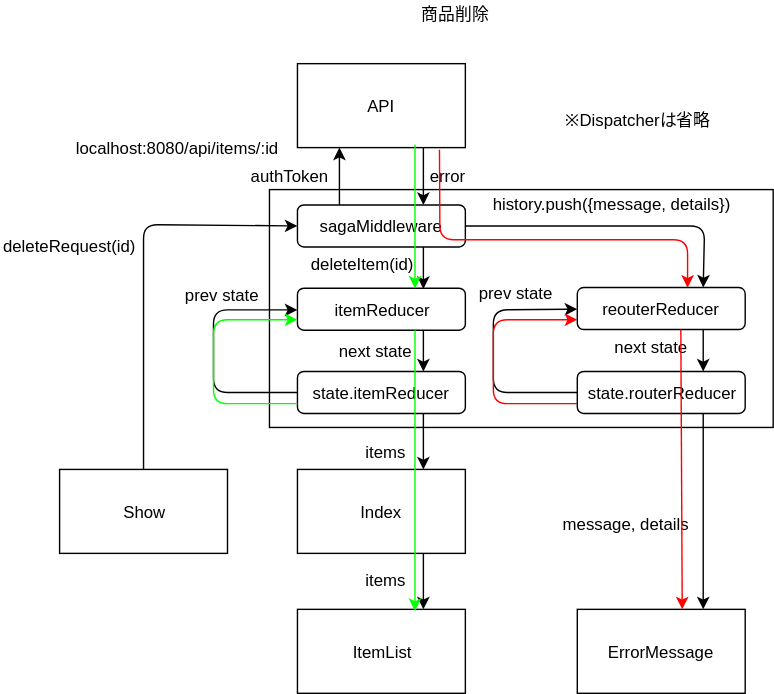
This is diagram/dataFlow/delete.svg from emgniddikur/react-app, a draw.io export, as it was before one commit. Source tidied: cells renumbered, new cells last; positions are measured from the earlier drawing's top-left corner, leaving out a move shared by most shapes.
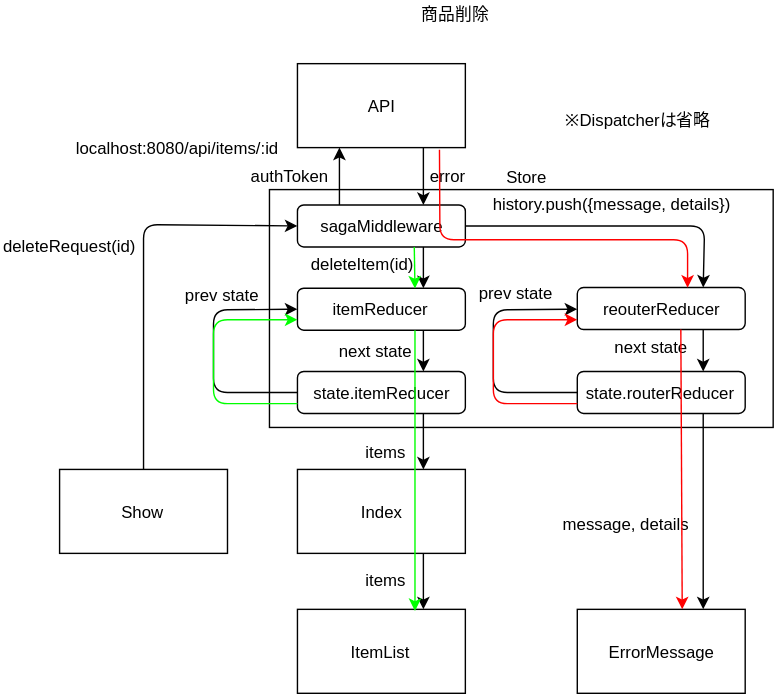
After the commit.

Commit message:
[Fix] Store、deleteのレスポンス

Change to the diagram source:
```diff
@@ -162,9 +162,8 @@
         <mxPoint x="487" y="435" as="targetPoint" />
       </mxGeometry>
     </mxCell>
-    <mxCell id="43" style="endArrow=classic;html=1;strokeColor=#00FF00;exitX=0.667;exitY=0.983;exitDx=0;exitDy=0;exitPerimeter=0;entryX=0.671;entryY=0.033;entryDx=0;entryDy=0;entryPerimeter=0;" parent="1" edge="1">
+    <mxCell id="43" style="endArrow=classic;html=1;strokeColor=#00FF00;entryX=0.671;entryY=0.033;entryDx=0;entryDy=0;entryPerimeter=0;exitX=0.839;exitY=-0.125;exitDx=0;exitDy=0;exitPerimeter=0;" parent="1" edge="1" source="28">
       <mxGeometry relative="1" as="geometry">
-        <mxPoint x="296" y="103" as="sourcePoint" />
         <mxPoint x="296" y="205.7" as="targetPoint" />
       </mxGeometry>
     </mxCell>
@@ -184,5 +183,8 @@
         </Array>
       </mxGeometry>
     </mxCell>
+    <mxCell id="46" value="Store" style="text;html=1;strokeColor=none;fillColor=none;align=center;verticalAlign=middle;whiteSpace=wrap;rounded=0;" parent="1" vertex="1">
+      <mxGeometry x="355" y="116" width="40" height="20" as="geometry" />
+    </mxCell>
   </root>
 </mxGraphModel>
```
